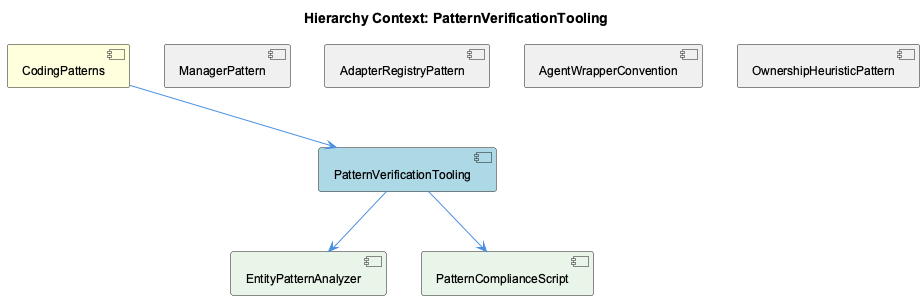
Before: knowledge-management/insights/images/pattern-verification-tooling-relationship.png, a diagram exported from PlantUML (fwornle/coding).
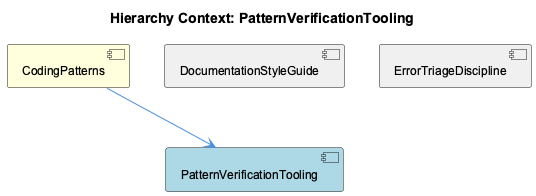
Above is the later version.

Diff of the diagram source:
```diff
@@ -5,19 +5,11 @@
 
 [CodingPatterns] as coding_patterns #FFFFDD
 [PatternVerificationTooling] as pattern_verification_tooling #LightBlue
-[ManagerPattern] as manager_pattern #F0F0F0
-[AdapterRegistryPattern] as adapter_registry_pattern #F0F0F0
-[AgentWrapperConvention] as agent_wrapper_convention #F0F0F0
-[OwnershipHeuristicPattern] as ownership_heuristic_pattern #F0F0F0
-[EntityPatternAnalyzer] as entity_pattern_analyzer #E8F5E8
-[PatternComplianceScript] as pattern_compliance_script #E8F5E8
+[DocumentationStyleGuide] as documentation_style_guide #F0F0F0
+[ErrorTriageDiscipline] as error_triage_discipline #F0F0F0
 
 coding_patterns --> pattern_verification_tooling
-manager_pattern -[hidden]- pattern_verification_tooling
-adapter_registry_pattern -[hidden]- pattern_verification_tooling
-agent_wrapper_convention -[hidden]- pattern_verification_tooling
-ownership_heuristic_pattern -[hidden]- pattern_verification_tooling
-pattern_verification_tooling --> entity_pattern_analyzer
-pattern_verification_tooling --> pattern_compliance_script
+documentation_style_guide -[hidden]- pattern_verification_tooling
+error_triage_discipline -[hidden]- pattern_verification_tooling
 
 @enduml
```
